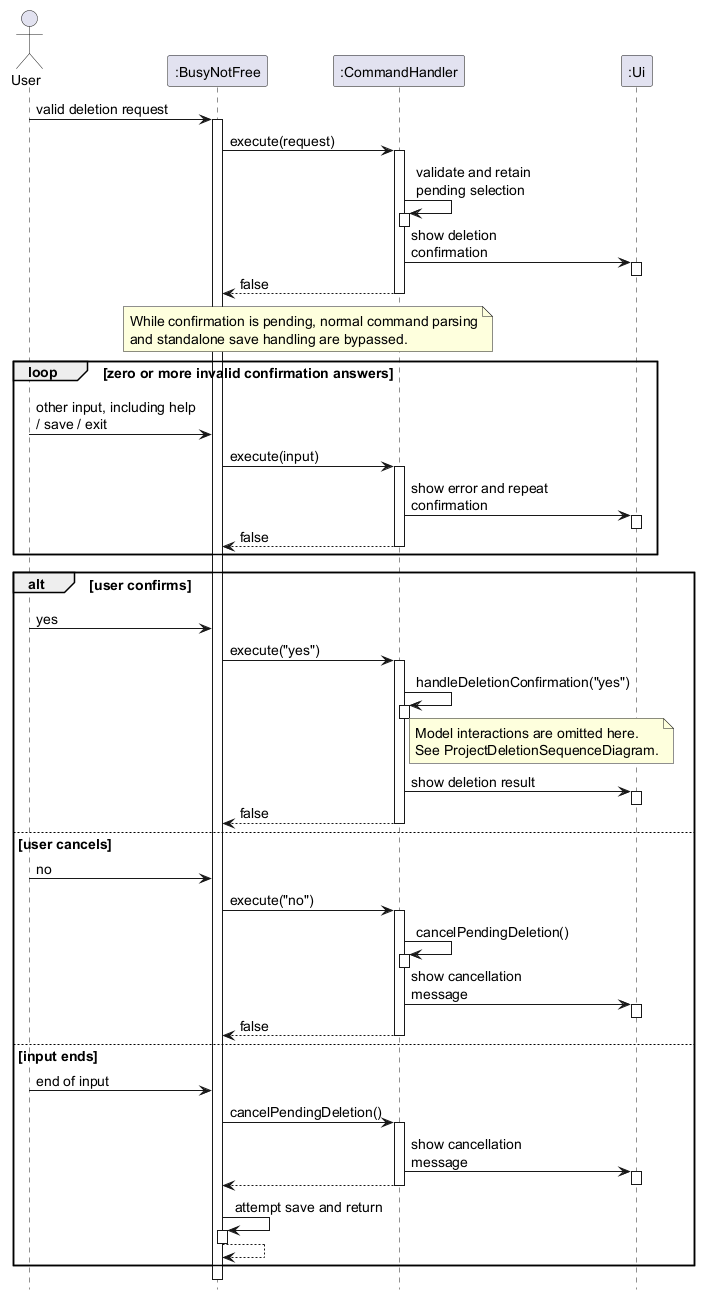
Before: docs/images/DeletionConfirmationSequenceDiagram.png, a diagram exported from PlantUML (AY2627S1-CS2113-T10-3/tp).
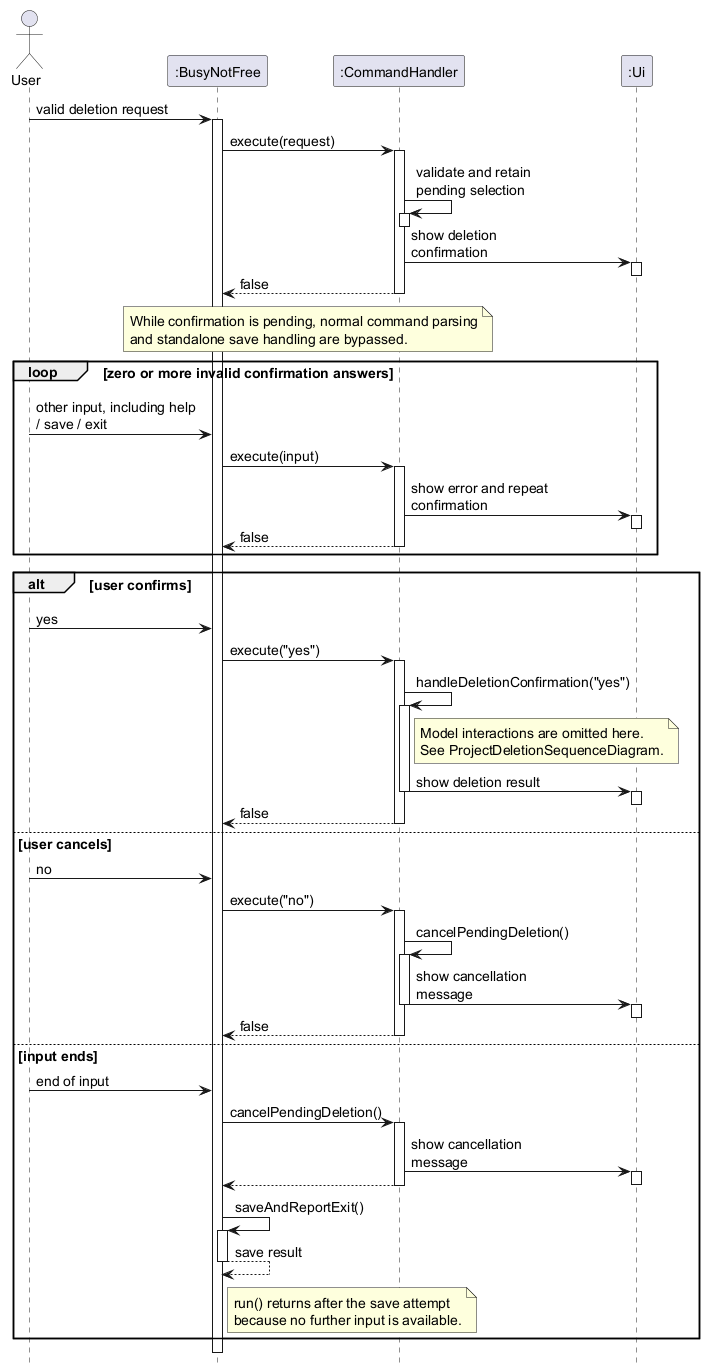
The same diagram one commit later.

What changed in the source:
```diff
@@ -52,7 +52,6 @@
 
   CH -> CH : handleDeletionConfirmation("yes")
   activate CH
-  deactivate CH
 
   note right of CH
     Model interactions are omitted here.
@@ -62,6 +61,7 @@
   CH -> UI : show deletion result
   activate UI
   deactivate UI
+  deactivate CH
 
   CH --> App : false
   deactivate CH
@@ -73,11 +73,11 @@
 
   CH -> CH : cancelPendingDeletion()
   activate CH
-  deactivate CH
 
   CH -> UI : show cancellation message
   activate UI
   deactivate UI
+  deactivate CH
 
   CH --> App : false
   deactivate CH
@@ -93,10 +93,11 @@
   CH --> App
   deactivate CH
 
-  App -> App : attempt save and return
+  App -> App : saveAndReportExit()
   activate App
+  App --> App : save result
   deactivate App
-  App --> App
+  note right of App : run() returns after the save attempt\nbecause no further input is available.
 end
 deactivate App
 @enduml
```
